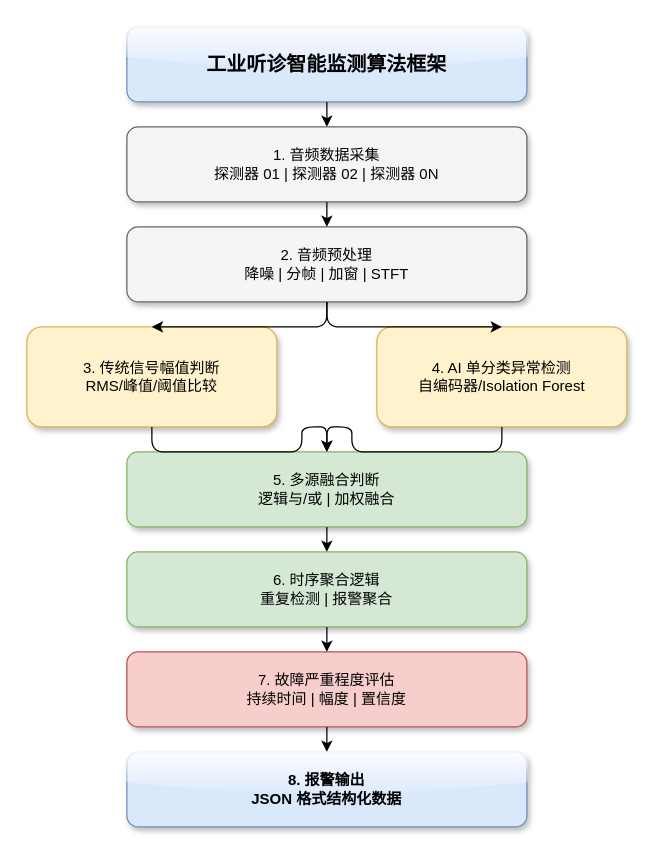
Earlier version of the draw.io diagram 未命名绘图.drawio (laozhanger/ailearning). Source tidied: cells renumbered, new cells numbered last; positions are measured from the earlier drawing's top-left corner, leaving out a move shared by most shapes. Both pictures are drawn from the tidied source at 125%, with x=0, y=0 at pixel (26, 26).
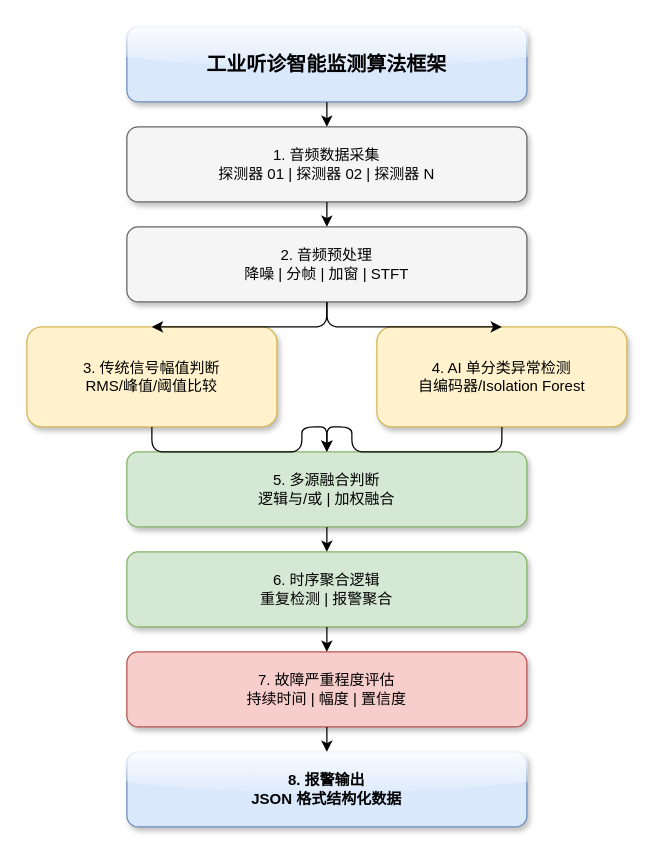
The same page after the edit.

Commit message (it also covers changes not shown here):
Update 未命名绘图.drawio

The edit, as a diff of the source:
```diff
@@
 <mxGraphModel>
   <root>
     <mxCell id="0" />
     <mxCell id="1" parent="0" />
     <mxCell id="2" value="工业听诊智能监测算法框架" style="rounded=1;whiteSpace=wrap;html=1;shadow=1;glass=1;fillColor=#dae8fc;strokeColor=#6c8ebf;fontSize=16;fontStyle=1;" parent="1" vertex="1">
       <mxGeometry x="80" width="320" height="60" as="geometry" />
     </mxCell>
-    <mxCell id="3" value="1. 音频数据采集&#10;探测器 01 | 探测器 02 | 探测器 0N" style="rounded=1;whiteSpace=wrap;html=1;shadow=1;fillColor=#f5f5f5;strokeColor=#666666;" parent="1" vertex="1">
+    <mxCell id="3" value="1. 音频数据采集&#10;探测器 01 | 探测器 02 | 探测器 N" style="rounded=1;whiteSpace=wrap;html=1;shadow=1;fillColor=#f5f5f5;strokeColor=#666666;" parent="1" vertex="1">
       <mxGeometry x="80" y="80" width="320" height="60" as="geometry" />
     </mxCell>
     <mxCell id="4" value="2. 音频预处理&#10;降噪 | 分帧 | 加窗 | STFT" style="rounded=1;whiteSpace=wrap;html=1;shadow=1;fillColor=#f5f5f5;strokeColor=#666666;" parent="1" vertex="1">
       <mxGeometry x="80" y="160" width="320" height="60" as="geometry" />
     </mxCell>
     <mxCell id="5" value="3. 传统信号幅值判断&#10;RMS/峰值/阈值比较" style="rounded=1;whiteSpace=wrap;html=1;shadow=1;fillColor=#fff2cc;strokeColor=#d6b656;" parent="1" vertex="1">
       <mxGeometry y="240" width="200" height="80" as="geometry" />
     </mxCell>
     <mxCell id="6" value="4. AI 单分类异常检测&#10;自编码器/Isolation Forest" style="rounded=1;whiteSpace=wrap;html=1;shadow=1;fillColor=#fff2cc;strokeColor=#d6b656;" parent="1" vertex="1">
       <mxGeometry x="280" y="240" width="200" height="80" as="geometry" />
     </mxCell>
     <mxCell id="7" value="5. 多源融合判断&#10;逻辑与/或 | 加权融合" style="rounded=1;whiteSpace=wrap;html=1;shadow=1;fillColor=#d5e8d4;strokeColor=#82b366;" parent="1" vertex="1">
       <mxGeometry x="80" y="340" width="320" height="60" as="geometry" />
     </mxCell>
     <mxCell id="8" value="6. 时序聚合逻辑&#10;重复检测 | 报警聚合" style="rounded=1;whiteSpace=wrap;html=1;shadow=1;fillColor=#d5e8d4;strokeColor=#82b366;" parent="1" vertex="1">
       <mxGeometry x="80" y="420" width="320" height="60" as="geometry" />
     </mxCell>
     <mxCell id="9" value="7. 故障严重程度评估&#10;持续时间 | 幅度 | 置信度" style="rounded=1;whiteSpace=wrap;html=1;shadow=1;fillColor=#f8cecc;strokeColor=#b85450;" parent="1" vertex="1">
       <mxGeometry x="80" y="500" width="320" height="60" as="geometry" />
     </mxCell>
     <mxCell id="10" value="8. 报警输出&#10;JSON 格式结构化数据" style="rounded=1;whiteSpace=wrap;html=1;shadow=1;glass=1;fillColor=#dae8fc;strokeColor=#6c8ebf;fontStyle=1;" parent="1" vertex="1">
       <mxGeometry x="80" y="580" width="320" height="60" as="geometry" />
     </mxCell>
     <mxCell id="11" style="edgeStyle=orthogonalEdgeStyle;rounded=1;jettySize=auto;html=1;" parent="1" edge="1" source="2" target="3">
       <mxGeometry relative="1" as="geometry" />
     </mxCell>
     <mxCell id="12" style="edgeStyle=orthogonalEdgeStyle;rounded=1;jettySize=auto;html=1;" parent="1" edge="1" source="3" target="4">
       <mxGeometry relative="1" as="geometry" />
     </mxCell>
     <mxCell id="13" style="edgeStyle=orthogonalEdgeStyle;rounded=1;jettySize=auto;html=1;" parent="1" edge="1" source="4" target="5">
       <mxGeometry relative="1" as="geometry" />
     </mxCell>
     <mxCell id="14" style="edgeStyle=orthogonalEdgeStyle;rounded=1;jettySize=auto;html=1;" parent="1" edge="1" source="4" target="6">
       <mxGeometry relative="1" as="geometry" />
     </mxCell>
     <mxCell id="15" style="edgeStyle=orthogonalEdgeStyle;rounded=1;jettySize=auto;html=1;" parent="1" edge="1" source="5" target="7">
       <mxGeometry relative="1" as="geometry" />
     </mxCell>
     <mxCell id="16" style="edgeStyle=orthogonalEdgeStyle;rounded=1;jettySize=auto;html=1;" parent="1" edge="1" source="6" target="7">
       <mxGeometry relative="1" as="geometry" />
     </mxCell>
     <mxCell id="17" style="edgeStyle=orthogonalEdgeStyle;rounded=1;jettySize=auto;html=1;" parent="1" edge="1" source="7" target="8">
       <mxGeometry relative="1" as="geometry" />
     </mxCell>
     <mxCell id="18" style="edgeStyle=orthogonalEdgeStyle;rounded=1;jettySize=auto;html=1;" parent="1" edge="1" source="8" target="9">
       <mxGeometry relative="1" as="geometry" />
     </mxCell>
     <mxCell id="19" style="edgeStyle=orthogonalEdgeStyle;rounded=1;jettySize=1;html=1;" parent="1" edge="1" source="9" target="10">
       <mxGeometry relative="1" as="geometry" />
     </mxCell>
   </root>
 </mxGraphModel>
```
